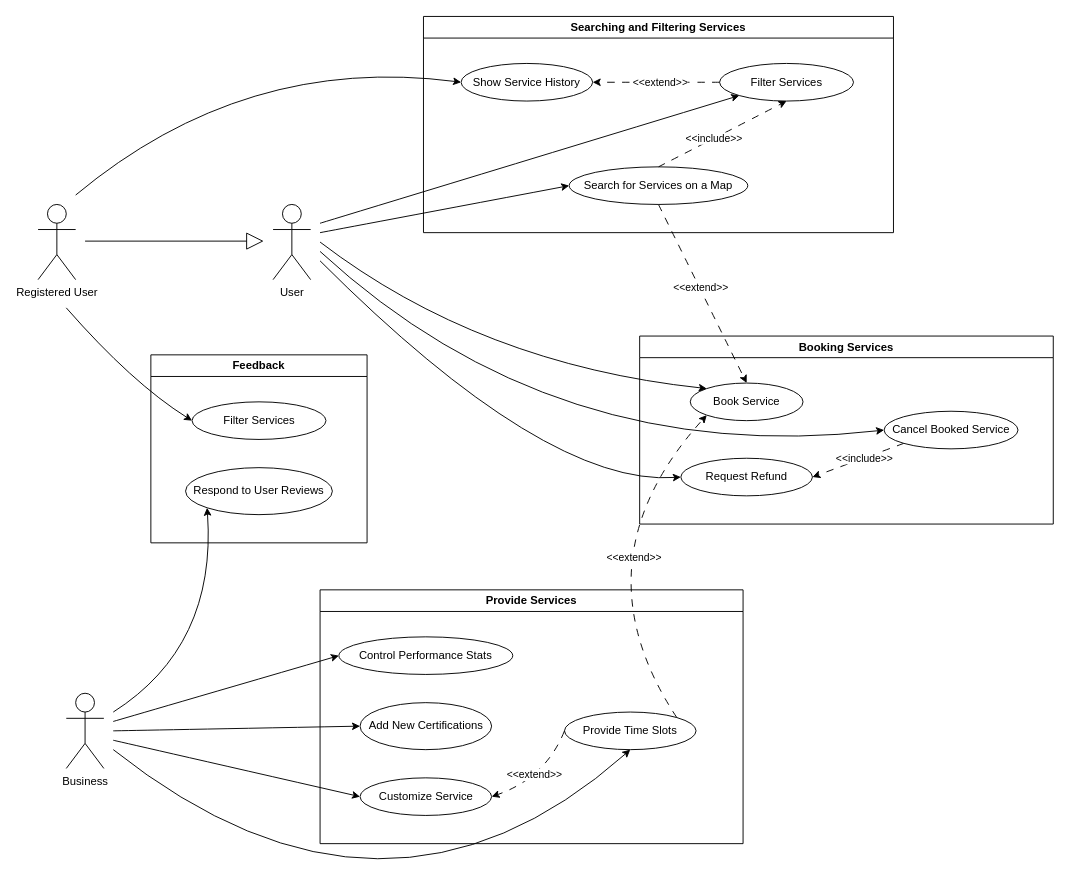
Earlier version of the draw.io diagram uml/uml-usecase-diagram.drawio (JuhTyg010/Vellure-NSWI041). Source tidied: cells renumbered, new cells numbered last; positions are measured from the earlier drawing's top-left corner, leaving out a move shared by most shapes. Both pictures are drawn from the tidied source at 94%, with x=0, y=0 at pixel (38, 16).
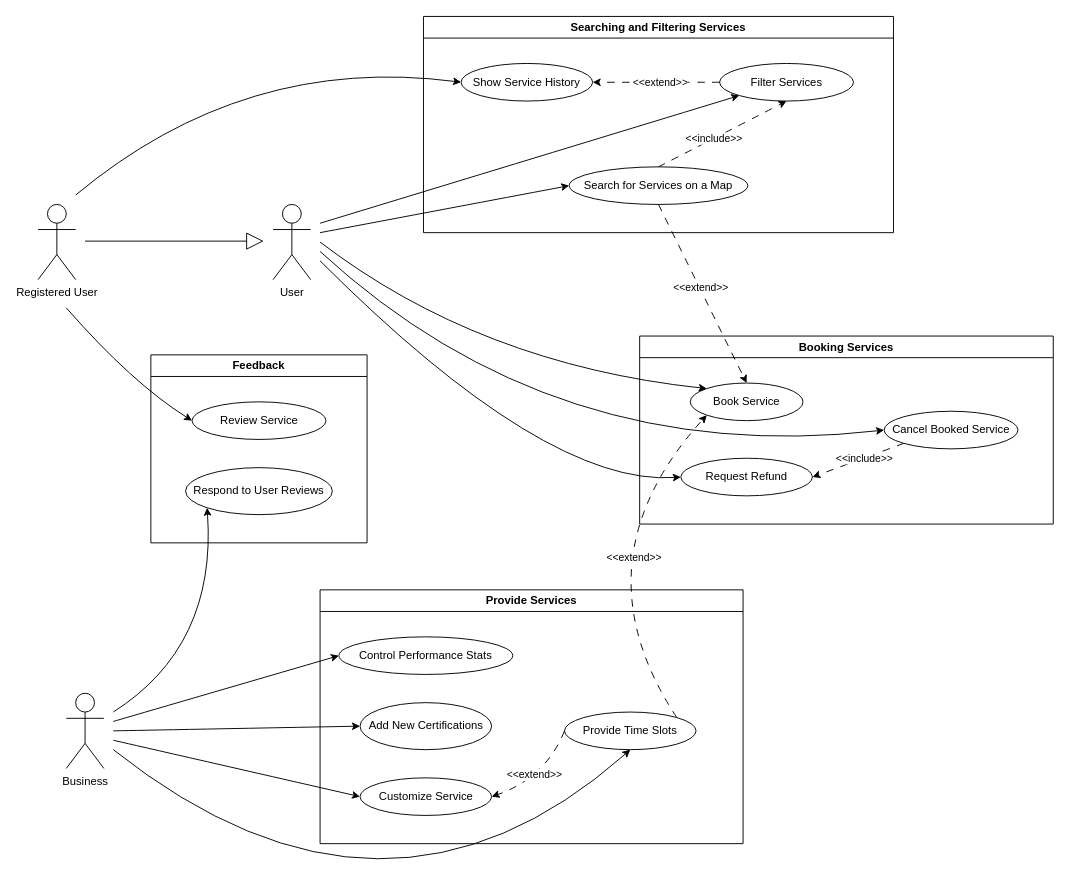
The same diagram, later.

Commit message (it also covers changes not shown here):
Fixed a typo in use case (Filter Services -> Review Service)

Unchanged cells that the change refers to:
```xml
<mxCell id="34" value="Feedback" style="swimlane;whiteSpace=wrap;html=1;" parent="1" vertex="1">
  <mxGeometry x="120" y="360" width="230" height="200" as="geometry" />
</mxCell>
```

Change to the diagram source:
```diff
@@
-    <mxCell id="36" value="Filter Services" style="ellipse;whiteSpace=wrap;html=1;" parent="34" vertex="1">
+    <mxCell id="36" value="Review Service" style="ellipse;whiteSpace=wrap;html=1;" parent="34" vertex="1">
       <mxGeometry x="43.8" y="50" width="142.5" height="40" as="geometry" />
     </mxCell>
```
